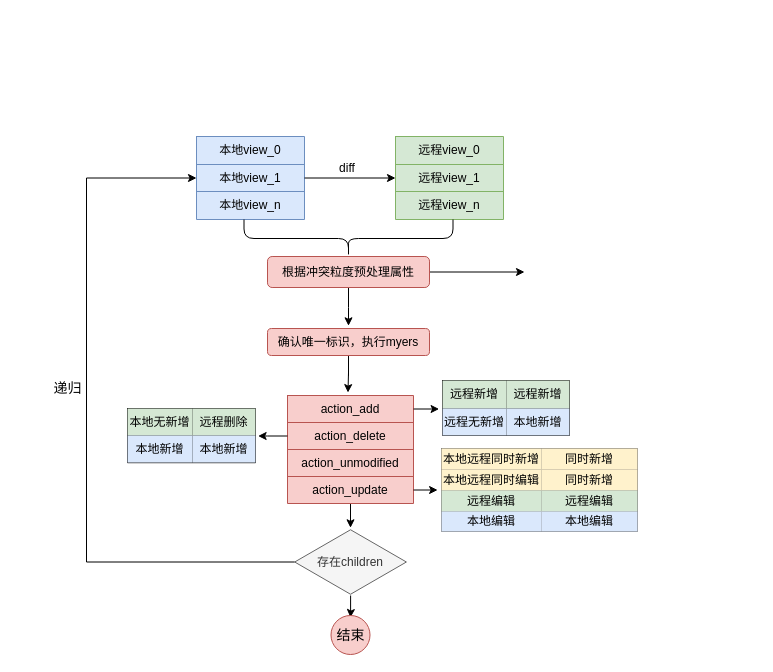
Earlier version of the draw.io diagram 定制myers.drawio (TimerIzaya/TimerBlogPic). Source tidied: cells renumbered, new cells numbered last; positions are measured from the earlier drawing's top-left corner, leaving out a move shared by most shapes. Both pictures are drawn from the tidied source at 100%, with x=0, y=0 at pixel (17, 136).
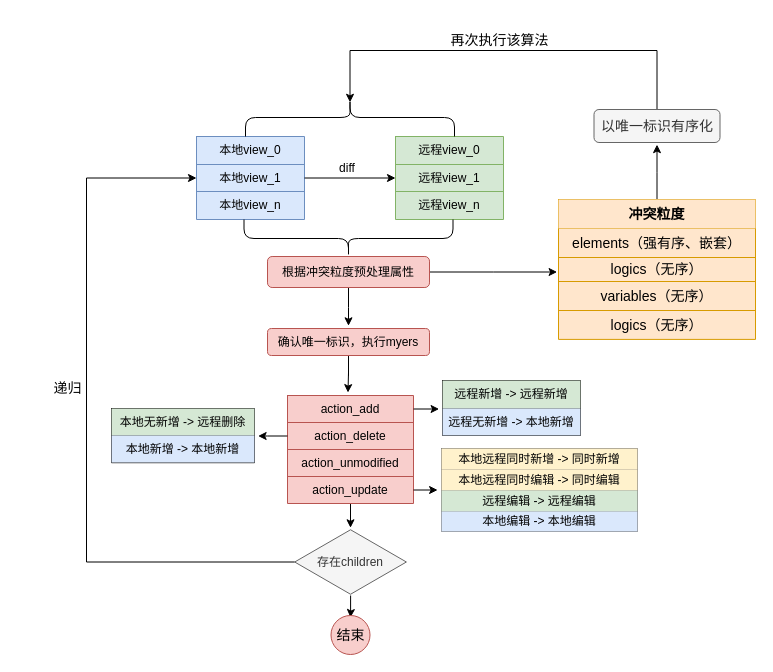
Above is the later version.

Unchanged cells that the change refers to:
```xml
<mxCell id="49" style="shape=tableRow;horizontal=0;startSize=0;swimlaneHead=0;swimlaneBody=0;top=0;left=0;bottom=0;right=0;fillColor=none;" parent="48" vertex="1">
  <mxGeometry width="196" height="21" as="geometry" />
</mxCell>
<mxCell id="52" style="shape=tableRow;horizontal=0;startSize=0;swimlaneHead=0;swimlaneBody=0;top=0;left=0;bottom=0;right=0;fillColor=none;" parent="48" vertex="1">
  <mxGeometry y="21" width="196" height="21" as="geometry" />
</mxCell>
<mxCell id="55" style="shape=tableRow;horizontal=0;startSize=0;swimlaneHead=0;swimlaneBody=0;top=0;left=0;bottom=0;right=0;fillColor=none;" parent="48" vertex="1">
  <mxGeometry y="42" width="196" height="21" as="geometry" />
</mxCell>
<mxCell id="58" style="shape=tableRow;horizontal=0;startSize=0;swimlaneHead=0;swimlaneBody=0;top=0;left=0;bottom=0;right=0;fillColor=none;" parent="48" vertex="1">
  <mxGeometry y="63" width="196" height="20" as="geometry" />
</mxCell>
<mxCell id="67" value="根据冲突粒度预处理属性" style="rounded=1;whiteSpace=wrap;html=1;fillColor=#f8cecc;strokeColor=#b85450;" parent="1" vertex="1">
  <mxGeometry x="250" y="120" width="162" height="31" as="geometry" />
</mxCell>
```

The edit, as a diff of the source:
```diff
@@
     <mxCell id="30" style="shape=table;html=1;whiteSpace=wrap;startSize=0;childLayout=tableLayout;" parent="1" vertex="1">
-      <mxGeometry x="425" y="244" width="127" height="55" as="geometry" />
+      <mxGeometry x="425" y="244" width="138" height="55" as="geometry" />
     </mxCell>
     <mxCell id="31" style="shape=tableRow;horizontal=0;startSize=0;swimlaneHead=0;swimlaneBody=0;top=0;left=0;bottom=0;right=0;fillColor=none;" parent="30" vertex="1">
-      <mxGeometry width="127" height="28" as="geometry" />
+      <mxGeometry width="138" height="28" as="geometry" />
     </mxCell>
-    <mxCell id="32" value="远程新增" style="shape=partialRectangle;html=1;whiteSpace=wrap;fillColor=#d5e8d4;top=0;left=0;bottom=0;right=0;overflow=hidden;strokeColor=#82b366;" parent="31" vertex="1">
-      <mxGeometry width="64" height="28" as="geometry" />
+    <mxCell id="32" value="远程新增 -&amp;gt; 远程新增" style="shape=partialRectangle;html=1;whiteSpace=wrap;fillColor=#d5e8d4;top=0;left=0;bottom=0;right=0;overflow=hidden;strokeColor=#82b366;" parent="31" vertex="1">
+      <mxGeometry width="138" height="28" as="geometry" />
     </mxCell>
-    <mxCell id="33" value="远程新增" style="shape=partialRectangle;html=1;whiteSpace=wrap;fillColor=#d5e8d4;top=0;left=0;bottom=0;right=0;overflow=hidden;strokeColor=#82b366;" parent="31" vertex="1">
-      <mxGeometry x="64" width="63" height="28" as="geometry" />
-    </mxCell>
     <mxCell id="34" style="shape=tableRow;horizontal=0;startSize=0;swimlaneHead=0;swimlaneBody=0;top=0;left=0;bottom=0;right=0;fillColor=none;" parent="30" vertex="1">
-      <mxGeometry y="28" width="127" height="27" as="geometry" />
+      <mxGeometry y="28" width="138" height="27" as="geometry" />
     </mxCell>
-    <mxCell id="35" value="远程无新增" style="shape=partialRectangle;html=1;whiteSpace=wrap;fillColor=#dae8fc;top=0;left=0;bottom=0;right=0;overflow=hidden;strokeColor=#6c8ebf;" parent="34" vertex="1">
-      <mxGeometry width="64" height="27" as="geometry" />
+    <mxCell id="35" value="远程无新增 -&amp;gt; 本地新增" style="shape=partialRectangle;html=1;whiteSpace=wrap;fillColor=#dae8fc;top=0;left=0;bottom=0;right=0;overflow=hidden;strokeColor=#6c8ebf;" parent="34" vertex="1">
+      <mxGeometry width="138" height="27" as="geometry" />
     </mxCell>
-    <mxCell id="36" value="本地新增" style="shape=partialRectangle;html=1;whiteSpace=wrap;fillColor=#dae8fc;top=0;left=0;bottom=0;right=0;overflow=hidden;strokeColor=#6c8ebf;" parent="34" vertex="1">
-      <mxGeometry x="64" width="63" height="27" as="geometry" />
-    </mxCell>
@@
     <mxCell id="39" style="shape=table;html=1;whiteSpace=wrap;startSize=0;childLayout=tableLayout;" parent="1" vertex="1">
-      <mxGeometry x="110" y="272" width="128" height="54.2" as="geometry" />
+      <mxGeometry x="94" y="272" width="143" height="54.2" as="geometry" />
     </mxCell>
     <mxCell id="40" style="shape=tableRow;horizontal=0;startSize=0;swimlaneHead=0;swimlaneBody=0;top=0;left=0;bottom=0;right=0;fillColor=none;" parent="39" vertex="1">
-      <mxGeometry width="128" height="27" as="geometry" />
+      <mxGeometry width="143" height="27" as="geometry" />
     </mxCell>
-    <mxCell id="41" value="本地无新增" style="shape=partialRectangle;html=1;whiteSpace=wrap;fillColor=#d5e8d4;top=0;left=0;bottom=0;right=0;overflow=hidden;strokeColor=#82b366;" parent="40" vertex="1">
-      <mxGeometry width="65" height="27" as="geometry" />
+    <mxCell id="41" value="本地无新增 -&amp;gt; 远程删除" style="shape=partialRectangle;html=1;whiteSpace=wrap;fillColor=#d5e8d4;top=0;left=0;bottom=0;right=0;overflow=hidden;strokeColor=#82b366;" parent="40" vertex="1">
+      <mxGeometry width="143" height="27" as="geometry" />
     </mxCell>
-    <mxCell id="42" value="远程删除" style="shape=partialRectangle;html=1;whiteSpace=wrap;fillColor=#d5e8d4;top=0;left=0;bottom=0;right=0;overflow=hidden;strokeColor=#82b366;" parent="40" vertex="1">
-      <mxGeometry x="65" width="63" height="27" as="geometry" />
-    </mxCell>
     <mxCell id="43" style="shape=tableRow;horizontal=0;startSize=0;swimlaneHead=0;swimlaneBody=0;top=0;left=0;bottom=0;right=0;fillColor=none;" parent="39" vertex="1">
-      <mxGeometry y="27" width="128" height="27" as="geometry" />
+      <mxGeometry y="27" width="143" height="27" as="geometry" />
     </mxCell>
-    <mxCell id="44" value="本地新增" style="shape=partialRectangle;html=1;whiteSpace=wrap;fillColor=#dae8fc;top=0;left=0;bottom=0;right=0;overflow=hidden;strokeColor=#6c8ebf;" parent="43" vertex="1">
-      <mxGeometry width="65" height="27" as="geometry" />
+    <mxCell id="44" value="本地新增 -&amp;gt; 本地新增" style="shape=partialRectangle;html=1;whiteSpace=wrap;fillColor=#dae8fc;top=0;left=0;bottom=0;right=0;overflow=hidden;strokeColor=#6c8ebf;" parent="43" vertex="1">
+      <mxGeometry width="143" height="27" as="geometry" />
     </mxCell>
-    <mxCell id="45" value="本地新增" style="shape=partialRectangle;html=1;whiteSpace=wrap;fillColor=#dae8fc;top=0;left=0;bottom=0;right=0;overflow=hidden;strokeColor=#6c8ebf;" parent="43" vertex="1">
-      <mxGeometry x="65" width="63" height="27" as="geometry" />
-    </mxCell>
@@
-    <mxCell id="48" style="shape=table;html=1;whiteSpace=wrap;startSize=0;childLayout=tableLayout;fillColor=#f5f5f5;fontColor=#333333;strokeColor=#666666;" parent="1" vertex="1">
+    <mxCell id="48" style="shape=table;html=1;whiteSpace=wrap;startSize=0;childLayout=tableLayout;fillColor=#f5f5f5;fontColor=#333333;strokeColor=#666666;strokeWidth=1;perimeterSpacing=0;" parent="1" vertex="1">
       <mxGeometry x="424" y="312" width="196" height="83" as="geometry" />
     </mxCell>
@@
-    <mxCell id="50" value="本地远程同时新增" style="shape=partialRectangle;html=1;whiteSpace=wrap;fillColor=#fff2cc;top=0;left=0;bottom=0;right=0;overflow=hidden;strokeColor=#d6b656;" parent="49" vertex="1">
-      <mxGeometry width="100" height="21" as="geometry" />
+    <mxCell id="50" value="本地远程同时新增 -&amp;gt; 同时新增" style="shape=partialRectangle;html=1;whiteSpace=wrap;fillColor=#fff2cc;top=0;left=0;bottom=0;right=0;overflow=hidden;strokeColor=#000000;" parent="49" vertex="1">
+      <mxGeometry width="196" height="21" as="geometry" />
     </mxCell>
-    <mxCell id="51" value="同时新增" style="shape=partialRectangle;html=1;whiteSpace=wrap;fillColor=#fff2cc;top=0;left=0;bottom=0;right=0;overflow=hidden;strokeColor=#d6b656;" parent="49" vertex="1">
-      <mxGeometry x="100" width="96" height="21" as="geometry" />
-    </mxCell>
@@
-    <mxCell id="53" value="本地远程同时编辑" style="shape=partialRectangle;html=1;whiteSpace=wrap;fillColor=#fff2cc;top=0;left=0;bottom=0;right=0;overflow=hidden;strokeColor=#d6b656;" parent="52" vertex="1">
-      <mxGeometry width="100" height="21" as="geometry" />
+    <mxCell id="53" value="本地远程同时编辑 -&amp;gt; 同时编辑" style="shape=partialRectangle;html=1;whiteSpace=wrap;fillColor=#fff2cc;top=0;left=0;bottom=0;right=0;overflow=hidden;strokeColor=#000000;" parent="52" vertex="1">
+      <mxGeometry width="196" height="21" as="geometry" />
     </mxCell>
-    <mxCell id="54" value="同时新增" style="shape=partialRectangle;html=1;whiteSpace=wrap;fillColor=#fff2cc;top=0;left=0;bottom=0;right=0;overflow=hidden;strokeColor=#d6b656;" parent="52" vertex="1">
-      <mxGeometry x="100" width="96" height="21" as="geometry" />
-    </mxCell>
@@
-    <mxCell id="56" value="远程编辑" style="shape=partialRectangle;html=1;whiteSpace=wrap;fillColor=#d5e8d4;top=0;left=0;bottom=0;right=0;overflow=hidden;strokeColor=#82b366;" parent="55" vertex="1">
-      <mxGeometry width="100" height="21" as="geometry" />
+    <mxCell id="56" value="远程编辑 -&amp;gt; 远程编辑" style="shape=partialRectangle;html=1;whiteSpace=wrap;fillColor=#d5e8d4;top=0;left=0;bottom=0;right=0;overflow=hidden;strokeColor=#000000;" parent="55" vertex="1">
+      <mxGeometry width="196" height="21" as="geometry" />
     </mxCell>
-    <mxCell id="57" value="远程编辑" style="shape=partialRectangle;html=1;whiteSpace=wrap;fillColor=#d5e8d4;top=0;left=0;bottom=0;right=0;overflow=hidden;strokeColor=#82b366;" parent="55" vertex="1">
-      <mxGeometry x="100" width="96" height="21" as="geometry" />
-    </mxCell>
@@
-    <mxCell id="59" value="本地编辑" style="shape=partialRectangle;html=1;whiteSpace=wrap;fillColor=#dae8fc;top=0;left=0;bottom=0;right=0;overflow=hidden;strokeColor=#6c8ebf;" parent="58" vertex="1">
-      <mxGeometry width="100" height="20" as="geometry" />
+    <mxCell id="59" value="本地编辑 -&amp;gt; 本地编辑" style="shape=partialRectangle;html=1;whiteSpace=wrap;fillColor=#dae8fc;top=0;left=0;bottom=0;right=0;overflow=hidden;strokeColor=#000000;" parent="58" vertex="1">
+      <mxGeometry width="196" height="20" as="geometry" />
     </mxCell>
-    <mxCell id="60" value="本地编辑" style="shape=partialRectangle;html=1;whiteSpace=wrap;fillColor=#dae8fc;top=0;left=0;bottom=0;right=0;overflow=hidden;strokeColor=#6c8ebf;" parent="58" vertex="1">
-      <mxGeometry x="100" width="96" height="20" as="geometry" />
-    </mxCell>
@@
-    <mxCell id="66" style="edgeStyle=orthogonalEdgeStyle;rounded=0;jettySize=auto;html=1;fontSize=14;" parent="1" edge="1" source="67">
-      <mxGeometry relative="1" as="geometry">
-        <mxPoint x="507" y="135.5" as="targetPoint" />
-      </mxGeometry>
-    </mxCell>
+    <mxCell id="69" style="edgeStyle=orthogonalEdgeStyle;rounded=0;jettySize=auto;html=1;fontSize=14;" parent="1" edge="1" source="67">
+      <mxGeometry relative="1" as="geometry">
+        <mxPoint x="539.6" y="135.5" as="targetPoint" />
+      </mxGeometry>
+    </mxCell>
@@
+    <mxCell id="70" style="edgeStyle=orthogonalEdgeStyle;rounded=0;jettySize=auto;html=1;fontSize=14;" parent="1" edge="1" source="71">
+      <mxGeometry relative="1" as="geometry">
+        <mxPoint x="639.5" y="8.1" as="targetPoint" />
+      </mxGeometry>
+    </mxCell>
+    <mxCell id="71" style="shape=table;html=1;whiteSpace=wrap;startSize=0;childLayout=tableLayout;fontSize=14;fillColor=#ffe6cc;strokeColor=#d79b00;" parent="1" vertex="1">
+      <mxGeometry x="541" y="63" width="197" height="139.9" as="geometry" />
+    </mxCell>
+    <mxCell id="72" style="shape=tableRow;horizontal=0;startSize=0;swimlaneHead=0;swimlaneBody=0;top=0;left=0;bottom=0;right=0;fillColor=none;fontSize=14;" parent="71" vertex="1">
+      <mxGeometry width="197" height="29" as="geometry" />
+    </mxCell>
+    <mxCell id="73" value="&lt;b&gt;冲突粒度&lt;/b&gt;" style="shape=partialRectangle;html=1;whiteSpace=wrap;fillColor=#ffe6cc;top=0;left=0;bottom=0;right=0;overflow=hidden;fontSize=14;strokeColor=#d79b00;" parent="72" vertex="1">
+      <mxGeometry width="197" height="29" as="geometry" />
+    </mxCell>
+    <mxCell id="74" style="shape=tableRow;horizontal=0;startSize=0;swimlaneHead=0;swimlaneBody=0;top=0;left=0;bottom=0;right=0;fillColor=none;fontSize=14;" parent="71" vertex="1">
+      <mxGeometry y="29" width="197" height="29" as="geometry" />
+    </mxCell>
+    <mxCell id="75" value="elements（强有序、嵌套）" style="shape=partialRectangle;html=1;whiteSpace=wrap;fillColor=none;top=0;left=0;bottom=0;right=0;overflow=hidden;fontSize=14;" parent="74" vertex="1">
+      <mxGeometry width="197" height="29" as="geometry" />
+    </mxCell>
+    <mxCell id="76" style="shape=tableRow;horizontal=0;startSize=0;swimlaneHead=0;swimlaneBody=0;top=0;left=0;bottom=0;right=0;fillColor=none;fontSize=14;" parent="71" vertex="1">
+      <mxGeometry y="58" width="197" height="24" as="geometry" />
+    </mxCell>
+    <mxCell id="77" value="logics（无序）" style="shape=partialRectangle;html=1;whiteSpace=wrap;fillColor=none;top=0;left=0;bottom=0;right=0;overflow=hidden;fontSize=14;" parent="76" vertex="1">
+      <mxGeometry width="197" height="24" as="geometry" />
+    </mxCell>
+    <mxCell id="78" style="shape=tableRow;horizontal=0;startSize=0;swimlaneHead=0;swimlaneBody=0;top=0;left=0;bottom=0;right=0;fillColor=none;fontSize=14;" parent="71" vertex="1">
+      <mxGeometry y="82" width="197" height="29" as="geometry" />
+    </mxCell>
+    <mxCell id="79" value="variables（无序）" style="shape=partialRectangle;html=1;whiteSpace=wrap;fillColor=none;top=0;left=0;bottom=0;right=0;overflow=hidden;fontSize=14;" parent="78" vertex="1">
+      <mxGeometry width="197" height="29" as="geometry" />
+    </mxCell>
+    <mxCell id="80" style="shape=tableRow;horizontal=0;startSize=0;swimlaneHead=0;swimlaneBody=0;top=0;left=0;bottom=0;right=0;fillColor=none;fontSize=14;" parent="71" vertex="1">
+      <mxGeometry y="111" width="197" height="29" as="geometry" />
+    </mxCell>
+    <mxCell id="81" value="logics（无序）" style="shape=partialRectangle;html=1;whiteSpace=wrap;fillColor=none;top=0;left=0;bottom=0;right=0;overflow=hidden;fontSize=14;" parent="80" vertex="1">
+      <mxGeometry width="197" height="29" as="geometry" />
+    </mxCell>
+    <mxCell id="82" style="shape=curlyBracket;whiteSpace=wrap;html=1;rounded=1;direction=south;" parent="1" vertex="1">
+      <mxGeometry x="228" y="-38" width="209" height="38" as="geometry" />
+    </mxCell>
+    <mxCell id="83" style="edgeStyle=orthogonalEdgeStyle;rounded=0;jettySize=auto;html=1;entryX=0.1;entryY=0.5;entryDx=0;entryDy=0;entryPerimeter=0;fontSize=14;" parent="1" edge="1" source="84" target="82">
+      <mxGeometry relative="1" as="geometry">
+        <Array as="points">
+          <mxPoint x="640" y="-86" />
+          <mxPoint x="333" y="-86" />
+        </Array>
+      </mxGeometry>
+    </mxCell>
+    <mxCell id="84" value="以唯一标识有序化" style="rounded=1;whiteSpace=wrap;html=1;fontSize=14;strokeColor=#666666;strokeWidth=1;fillColor=#f5f5f5;fontColor=#333333;" parent="1" vertex="1">
+      <mxGeometry x="576.5" y="-27" width="126" height="33" as="geometry" />
+    </mxCell>
+    <mxCell id="85" value="&lt;span style=&quot;font-weight: normal;&quot;&gt;&lt;font style=&quot;font-size: 14px;&quot;&gt;再次执行该算法&lt;/font&gt;&lt;/span&gt;" style="text;strokeColor=none;fillColor=none;html=1;fontSize=24;fontStyle=1;verticalAlign=middle;align=center;" parent="1" vertex="1">
+      <mxGeometry x="432" y="-119" width="100" height="40" as="geometry" />
+    </mxCell>
```
